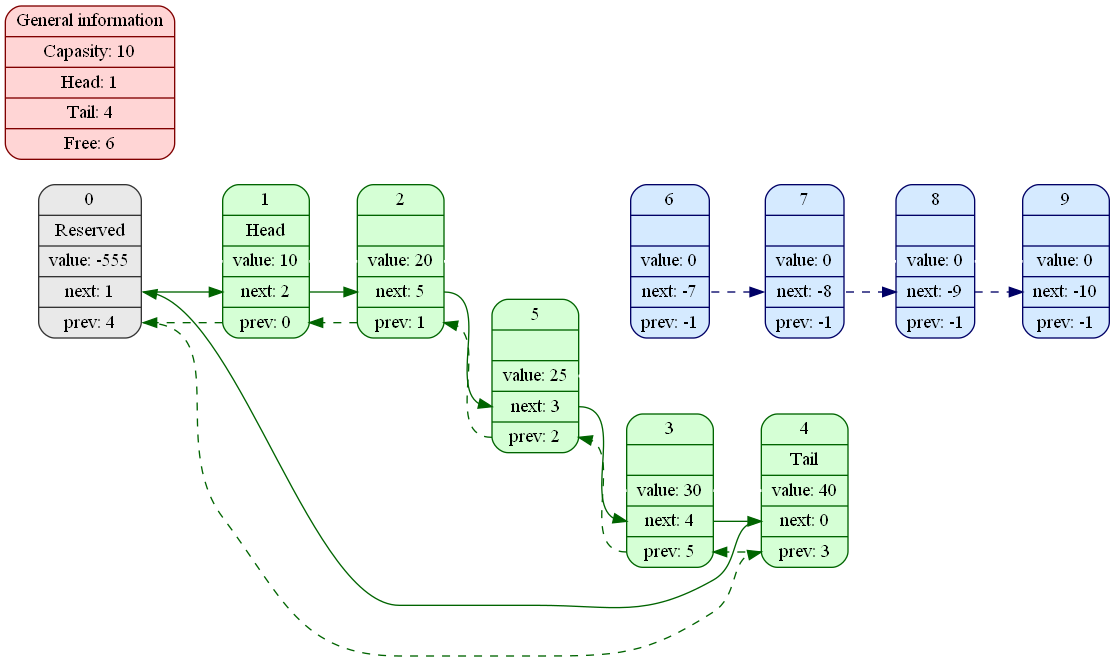
Earlier version of the Graphviz export ListPicture.png (KuchinaMA/Lists). Its source is kept beside it as ListPicture.dot.
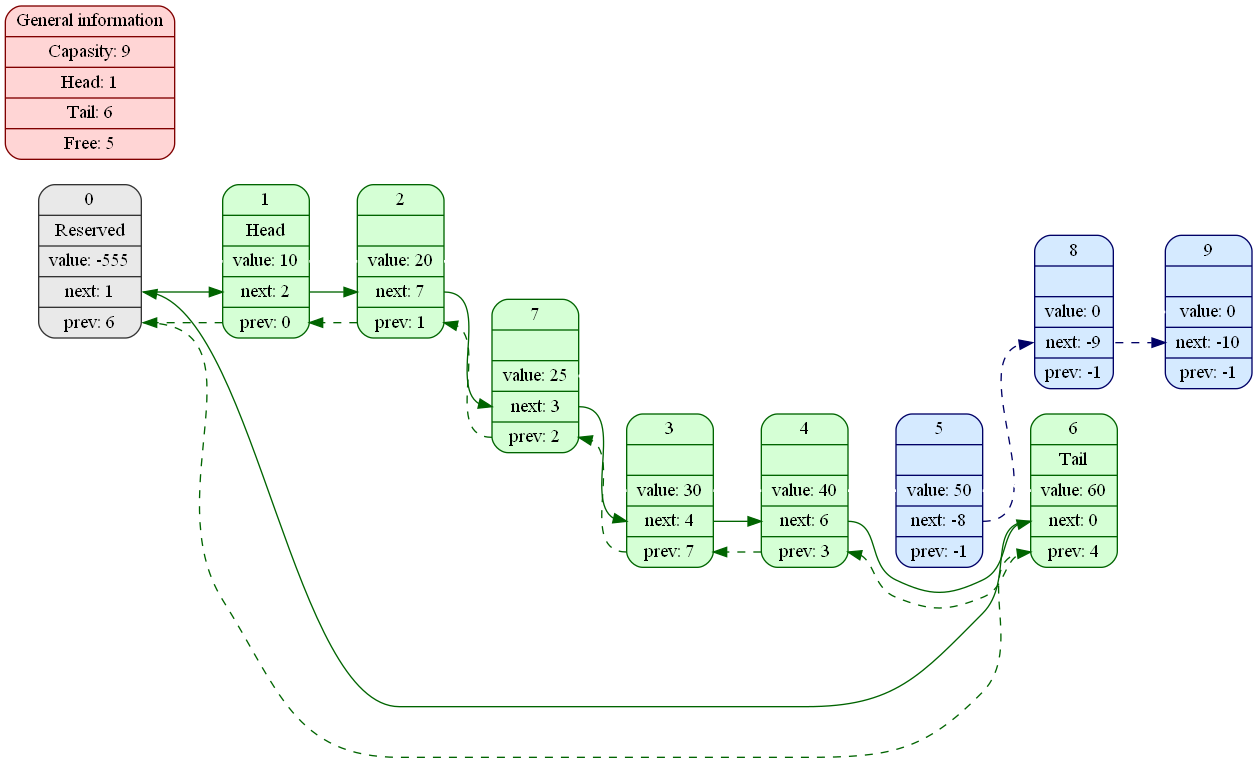
After the change.

The edit, as a diff of the source:
```diff
@@ -1,31 +1,32 @@
 digraph {
   rankdir = LR;
   node [shape = Mrecord, color = "#006400", style = filled, fillcolor = "#D5FFD5"];
-{  el0[color = "#333333", style = filled, fillcolor = "#E9E9E9", label = "0 | Reserved | <d0> value: -555 | <n0> next: 1 | <p0> prev: 4"];
+{  el0[color = "#333333", style = filled, fillcolor = "#E9E9E9", label = "0 | Reserved | <d0> value: -555 | <n0> next: 1 | <p0> prev: 6"];
   el1[label = "1 | Head | <d1> value: 10 | <n1> next: 2 | <p1> prev: 0"];
-  el2[label = "2 | | <d2> value: 20 | <n2> next: 5 | <p2> prev: 1"];
-  el3[label = "3 | | <d3> value: 30 | <n3> next: 4 | <p3> prev: 5"];
-  el4[label = "4 | Tail | <d4> value: 40 | <n4> next: 0 | <p4> prev: 3"];
-  el5[label = "5 | | <d5> value: 25 | <n5> next: 3 | <p5> prev: 2"];
-  el6[color = "#000066", style = filled, fillcolor = "#D5EAFF", label = "6 | | <d6> value: 0 | <n6> next: -7 | <p6> prev: -1"];
-  el7[color = "#000066", style = filled, fillcolor = "#D5EAFF", label = "7 | | <d7> value: 0 | <n7> next: -8 | <p7> prev: -1"];
+  el2[label = "2 | | <d2> value: 20 | <n2> next: 7 | <p2> prev: 1"];
+  el3[label = "3 | | <d3> value: 30 | <n3> next: 4 | <p3> prev: 7"];
+  el4[label = "4 | | <d4> value: 40 | <n4> next: 6 | <p4> prev: 3"];
+  el5[color = "#000066", style = filled, fillcolor = "#D5EAFF", label = "5 | | <d5> value: 50 | <n5> next: -8 | <p5> prev: -1"];
+  el6[label = "6 | Tail | <d6> value: 60 | <n6> next: 0 | <p6> prev: 4"];
+  el7[label = "7 | | <d7> value: 25 | <n7> next: 3 | <p7> prev: 2"];
   el8[color = "#000066", style = filled, fillcolor = "#D5EAFF", label = "8 | | <d8> value: 0 | <n8> next: -9 | <p8> prev: -1"];
   el9[color = "#000066", style = filled, fillcolor = "#D5EAFF", label = "9 | | <d9> value: 0 | <n9> next: -10 | <p9> prev: -1"];
   el0: <d0> ->el1: <d1> ->el2: <d2> ->el3: <d3> ->el4: <d4> ->el5: <d5> ->el6: <d6> ->el7: <d7> ->el8: <d8> ->el9: <d9> [weight = 100000, style = "bold", arrowhead = "none", color = "#FFFFFF"];
   el1: <n1> -> el2: <n2> [color = "#006400"];
-  el2: <n2> -> el5: <n5> [color = "#006400"];
-  el5: <n5> -> el3: <n3> [color = "#006400"];
+  el2: <n2> -> el7: <n7> [color = "#006400"];
+  el7: <n7> -> el3: <n3> [color = "#006400"];
   el3: <n3> -> el4: <n4> [color = "#006400"];
-  el4: <n4> -> el0: <n0> [color = "#006400"];
-  el0: <n0> -> el1: <n1> [color = "#006400"];
-  el4: <p4> -> el3: <p3> [color = "#006400", style = "dashed"];
-  el3: <p3> -> el5: <p5> [color = "#006400", style = "dashed"];
-  el5: <p5> -> el2: <p2> [color = "#006400", style = "dashed"];
-  el2: <p2> -> el1: <p1> [color = "#006400", style = "dashed"];
-  el1: <p1> -> el0: <p0> [color = "#006400", style = "dashed"];
-  el0: <p0> -> el4: <p4> [color = "#006400", style = "dashed"];
-  el6: <n6> -> el7: <n7> [color = "#000066", style = "dashed"];
-  el7: <n7> -> el8: <n8> [color = "#000066", style = "dashed"];
-  el8: <n8> -> el9: <n9> [color = "#000066", style = "dashed"];
-}{  general[color = "#800000", style = filled, fillcolor = "#FFD5D5", label = "General information |      Capasity: 10 | Head: 1 | Tail: 4 | Free: 6"];
+  el4: <n4> -> el6: <n6> [color = "#006400"];
+  el6: <n6> -> el0: <n0> [color = "#006400"];
+  el0: <n0> -> el1: <n1> [weight = 1, color = "#006400"];
+  el6: <p6> -> el4: <p4> [weight = 1, color = "#006400", style = "dashed"];
+  el4: <p4> -> el3: <p3> [weight = 1, color = "#006400", style = "dashed"];
+  el3: <p3> -> el7: <p7> [weight = 1, color = "#006400", style = "dashed"];
+  el7: <p7> -> el2: <p2> [weight = 1, color = "#006400", style = "dashed"];
+  el2: <p2> -> el1: <p1> [weight = 1, color = "#006400", style = "dashed"];
+  el1: <p1> -> el0: <p0> [weight = 1, color = "#006400", style = "dashed"];
+  el0: <p0> -> el6: <p6> [weight = 1, color = "#006400", style = "dashed"];
+  el5: <n5> -> el8: <n8> [weight = 1, color = "#000066", style = "dashed"];
+  el8: <n8> -> el9: <n9> [weight = 1, color = "#000066", style = "dashed"];
+}{  general[color = "#800000", style = filled, fillcolor = "#FFD5D5", label = "General information |      Capasity: 9 | Head: 1 | Tail: 6 | Free: 5"];
 }}
```
